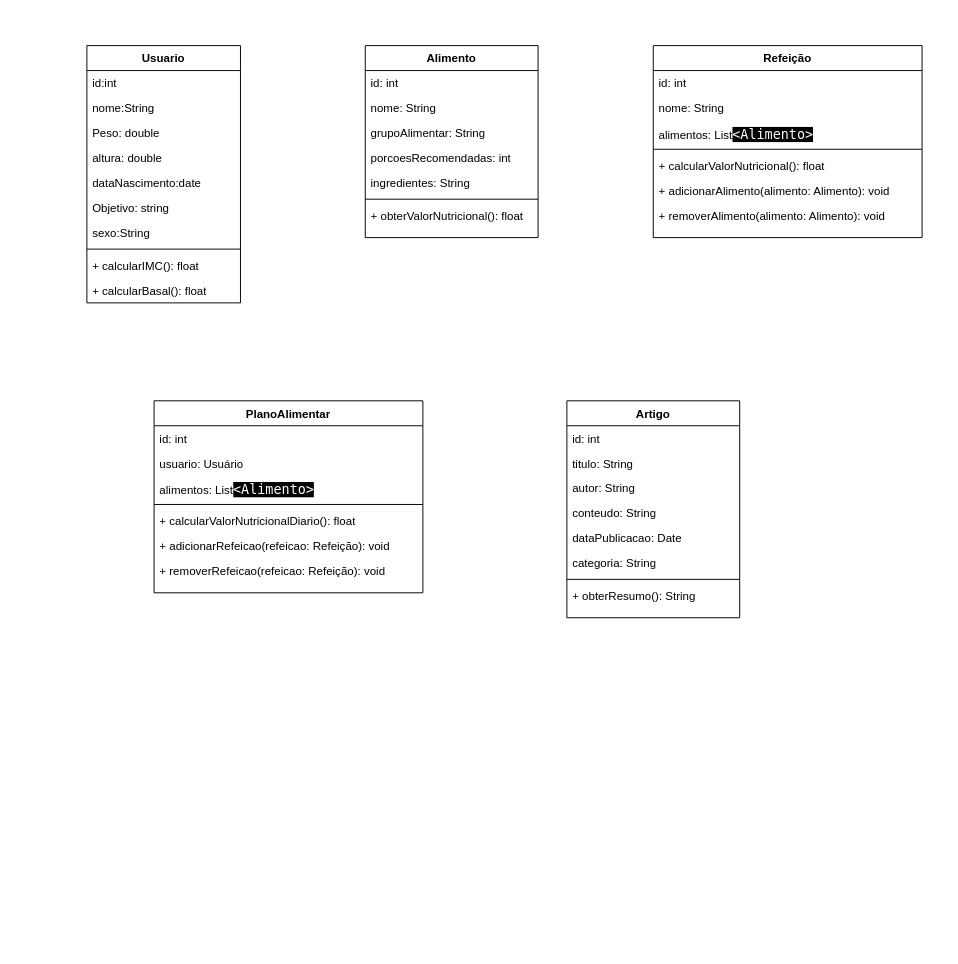
Before: src/components/pages/Diagrama sem nome.drawio in joaopedro-wq/VitalityPLus, a draw.io diagram. Source tidied: cells renumbered, new cells numbered last; positions are measured from the earlier drawing's top-left corner, leaving out a move shared by most shapes. Both pictures are drawn from the tidied source at 96%, with x=0, y=0 at pixel (86, 45).
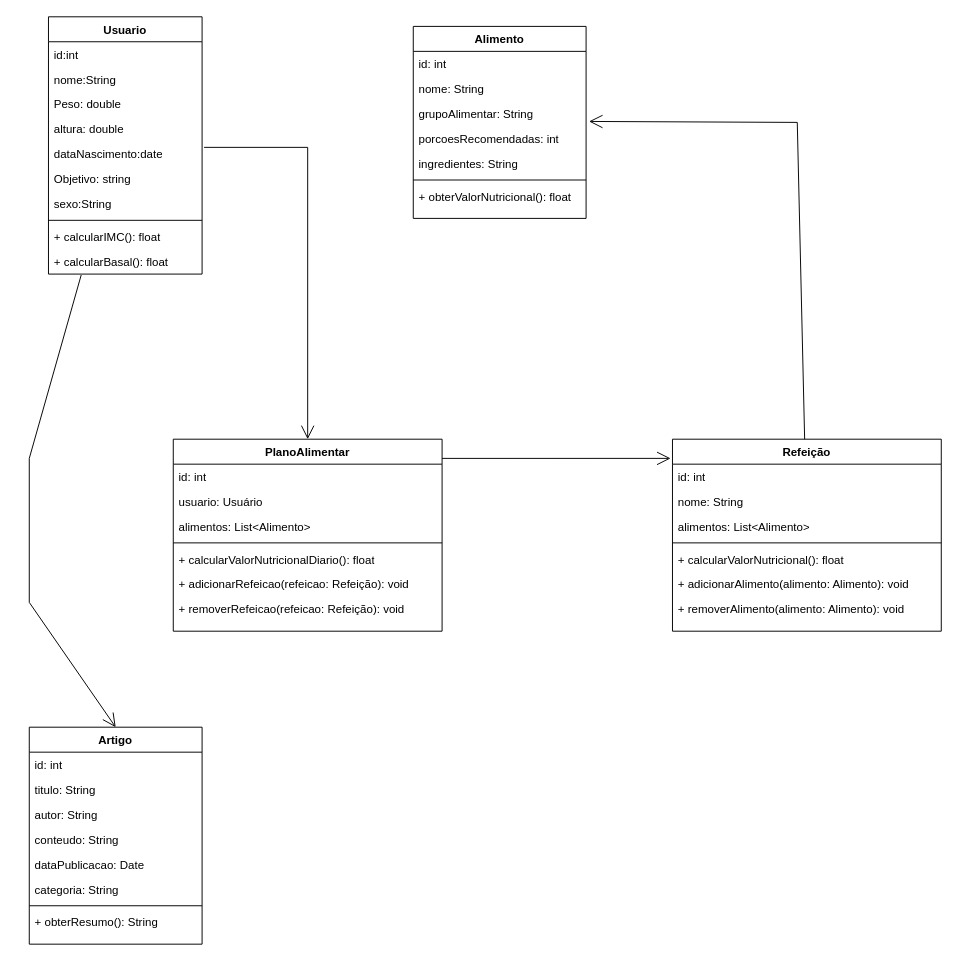
Above is the later version.

Unchanged cells that the change refers to:
```xml
<mxCell id="7" value="dataNascimento:date" style="text;strokeColor=none;fillColor=none;align=left;verticalAlign=top;spacingLeft=4;spacingRight=4;overflow=hidden;points=[[0,0.5],[1,0.5]];portConstraint=eastwest;whiteSpace=wrap;html=1;" parent="2" vertex="1">
  <mxGeometry y="130" width="160" height="26" as="geometry" />
</mxCell>
<mxCell id="12" value="+ calcularBasal(): float" style="text;strokeColor=none;fillColor=none;align=left;verticalAlign=top;spacingLeft=4;spacingRight=4;overflow=hidden;points=[[0,0.5],[1,0.5]];portConstraint=eastwest;whiteSpace=wrap;html=1;" parent="2" vertex="1">
  <mxGeometry y="242" width="160" height="26" as="geometry" />
</mxCell>
<mxCell id="17" value="porcoesRecomendadas: int" style="text;strokeColor=none;fillColor=none;align=left;verticalAlign=top;spacingLeft=4;spacingRight=4;overflow=hidden;points=[[0,0.5],[1,0.5]];portConstraint=eastwest;whiteSpace=wrap;html=1;" parent="13" vertex="1">
  <mxGeometry y="104" width="180" height="26" as="geometry" />
</mxCell>
<mxCell id="22" value="id: int" style="text;strokeColor=none;fillColor=none;align=left;verticalAlign=top;spacingLeft=4;spacingRight=4;overflow=hidden;points=[[0,0.5],[1,0.5]];portConstraint=eastwest;whiteSpace=wrap;html=1;" parent="21" vertex="1">
  <mxGeometry y="26" width="280" height="26" as="geometry" />
</mxCell>
```

The edit, as a diff of the source:
```diff
@@
     <mxCell id="2" value="Usuario" style="swimlane;fontStyle=1;align=center;verticalAlign=top;horizontal=1;startSize=26;whiteSpace=wrap;html=1;" parent="1" vertex="1">
-      <mxGeometry width="160" height="268" as="geometry" />
+      <mxGeometry x="-40" y="-30" width="160" height="268" as="geometry" />
     </mxCell>
@@
     <mxCell id="13" value="Alimento" style="swimlane;fontStyle=1;align=center;verticalAlign=top;horizontal=1;startSize=26;whiteSpace=wrap;html=1;" parent="1" vertex="1">
-      <mxGeometry x="290" width="180" height="200" as="geometry" />
+      <mxGeometry x="340" y="-20" width="180" height="200" as="geometry" />
     </mxCell>
@@
     <mxCell id="21" value="Refeição" style="swimlane;fontStyle=1;align=center;verticalAlign=top;horizontal=1;startSize=26;whiteSpace=wrap;html=1;" parent="1" vertex="1">
-      <mxGeometry x="590" width="280" height="200" as="geometry" />
+      <mxGeometry x="610" y="410" width="280" height="200" as="geometry" />
     </mxCell>
@@
-    <mxCell id="24" value="alimentos: List&lt;span style=&quot;border: 0px solid rgb(217, 217, 227); box-sizing: border-box; --tw-border-spacing-x: 0; --tw-border-spacing-y: 0; --tw-translate-x: 0; --tw-translate-y: 0; --tw-rotate: 0; --tw-skew-x: 0; --tw-skew-y: 0; --tw-scale-x: 1; --tw-scale-y: 1; --tw-pan-x: ; --tw-pan-y: ; --tw-pinch-zoom: ; --tw-scroll-snap-strictness: proximity; --tw-gradient-from-position: ; --tw-gradient-via-position: ; --tw-gradient-to-position: ; --tw-ordinal: ; --tw-slashed-zero: ; --tw-numeric-figure: ; --tw-numeric-spacing: ; --tw-numeric-fraction: ; --tw-ring-inset: ; --tw-ring-offset-width: 0px; --tw-ring-offset-color: #fff; --tw-ring-color: rgba(69,89,164,.5); --tw-ring-offset-shadow: 0 0 transparent; --tw-ring-shadow: 0 0 transparent; --tw-shadow: 0 0 transparent; --tw-shadow-colored: 0 0 transparent; --tw-blur: ; --tw-brightness: ; --tw-contrast: ; --tw-grayscale: ; --tw-hue-rotate: ; --tw-invert: ; --tw-saturate: ; --tw-sepia: ; --tw-drop-shadow: ; --tw-backdrop-blur: ; --tw-backdrop-brightness: ; --tw-backdrop-contrast: ; --tw-backdrop-grayscale: ; --tw-backdrop-hue-rotate: ; --tw-backdrop-invert: ; --tw-backdrop-opacity: ; --tw-backdrop-saturate: ; --tw-backdrop-sepia: ; color: rgb(255, 255, 255); font-family: &amp;quot;Söhne Mono&amp;quot;, Monaco, &amp;quot;Andale Mono&amp;quot;, &amp;quot;Ubuntu Mono&amp;quot;, monospace; font-size: 14px; background-color: rgb(0, 0, 0);&quot; class=&quot;xml&quot;&gt;&lt;span style=&quot;border: 0px solid rgb(217, 217, 227); box-sizing: border-box; --tw-border-spacing-x: 0; --tw-border-spacing-y: 0; --tw-translate-x: 0; --tw-translate-y: 0; --tw-rotate: 0; --tw-skew-x: 0; --tw-skew-y: 0; --tw-scale-x: 1; --tw-scale-y: 1; --tw-pan-x: ; --tw-pan-y: ; --tw-pinch-zoom: ; --tw-scroll-snap-strictness: proximity; --tw-gradient-from-position: ; --tw-gradient-via-position: ; --tw-gradient-to-position: ; --tw-ordinal: ; --tw-slashed-zero: ; --tw-numeric-figure: ; --tw-numeric-spacing: ; --tw-numeric-fraction: ; --tw-ring-inset: ; --tw-ring-offset-width: 0px; --tw-ring-offset-color: #fff; --tw-ring-color: rgba(69,89,164,.5); --tw-ring-offset-shadow: 0 0 transparent; --tw-ring-shadow: 0 0 transparent; --tw-shadow: 0 0 transparent; --tw-shadow-colored: 0 0 transparent; --tw-blur: ; --tw-brightness: ; --tw-contrast: ; --tw-grayscale: ; --tw-hue-rotate: ; --tw-invert: ; --tw-saturate: ; --tw-sepia: ; --tw-drop-shadow: ; --tw-backdrop-blur: ; --tw-backdrop-brightness: ; --tw-backdrop-contrast: ; --tw-backdrop-grayscale: ; --tw-backdrop-hue-rotate: ; --tw-backdrop-invert: ; --tw-backdrop-opacity: ; --tw-backdrop-saturate: ; --tw-backdrop-sepia: ;&quot; class=&quot;hljs-tag&quot;&gt;&amp;lt;&lt;span style=&quot;border: 0px solid rgb(217, 217, 227); box-sizing: border-box; --tw-border-spacing-x: 0; --tw-border-spacing-y: 0; --tw-translate-x: 0; --tw-translate-y: 0; --tw-rotate: 0; --tw-skew-x: 0; --tw-skew-y: 0; --tw-scale-x: 1; --tw-scale-y: 1; --tw-pan-x: ; --tw-pan-y: ; --tw-pinch-zoom: ; --tw-scroll-snap-strictness: proximity; --tw-gradient-from-position: ; --tw-gradient-via-position: ; --tw-gradient-to-position: ; --tw-ordinal: ; --tw-slashed-zero: ; --tw-numeric-figure: ; --tw-numeric-spacing: ; --tw-numeric-fraction: ; --tw-ring-inset: ; --tw-ring-offset-width: 0px; --tw-ring-offset-color: #fff; --tw-ring-color: rgba(69,89,164,.5); --tw-ring-offset-shadow: 0 0 transparent; --tw-ring-shadow: 0 0 transparent; --tw-shadow: 0 0 transparent; --tw-shadow-colored: 0 0 transparent; --tw-blur: ; --tw-brightness: ; --tw-contrast: ; --tw-grayscale: ; --tw-hue-rotate: ; --tw-invert: ; --tw-saturate: ; --tw-sepia: ; --tw-drop-shadow: ; --tw-backdrop-blur: ; --tw-backdrop-brightness: ; --tw-backdrop-contrast: ; --tw-backdrop-grayscale: ; --tw-backdrop-hue-rotate: ; --tw-backdrop-invert: ; --tw-backdrop-opacity: ; --tw-backdrop-saturate: ; --tw-backdrop-sepia: ;&quot; class=&quot;hljs-name&quot;&gt;Alimento&lt;/span&gt;&amp;gt;&lt;/span&gt;&lt;/span&gt;" style="text;strokeColor=none;fillColor=none;align=left;verticalAlign=top;spacingLeft=4;spacingRight=4;overflow=hidden;whiteSpace=wrap;html=1;" parent="21" vertex="1">
+    <mxCell id="24" value="alimentos: List&amp;lt;Alimento&amp;gt;" style="text;strokeColor=none;fillColor=none;align=left;verticalAlign=top;spacingLeft=4;spacingRight=4;overflow=hidden;whiteSpace=wrap;html=1;" parent="21" vertex="1">
       <mxGeometry y="78" width="280" height="26" as="geometry" />
     </mxCell>
@@
     <mxCell id="29" value="PlanoAlimentar" style="swimlane;fontStyle=1;align=center;verticalAlign=top;horizontal=1;startSize=26;whiteSpace=wrap;html=1;" parent="1" vertex="1">
-      <mxGeometry x="70" y="370" width="280" height="200" as="geometry" />
+      <mxGeometry x="90" y="410" width="280" height="200" as="geometry" />
     </mxCell>
@@
-    <mxCell id="32" value="alimentos: List&lt;span style=&quot;border: 0px solid rgb(217, 217, 227); box-sizing: border-box; --tw-border-spacing-x: 0; --tw-border-spacing-y: 0; --tw-translate-x: 0; --tw-translate-y: 0; --tw-rotate: 0; --tw-skew-x: 0; --tw-skew-y: 0; --tw-scale-x: 1; --tw-scale-y: 1; --tw-pan-x: ; --tw-pan-y: ; --tw-pinch-zoom: ; --tw-scroll-snap-strictness: proximity; --tw-gradient-from-position: ; --tw-gradient-via-position: ; --tw-gradient-to-position: ; --tw-ordinal: ; --tw-slashed-zero: ; --tw-numeric-figure: ; --tw-numeric-spacing: ; --tw-numeric-fraction: ; --tw-ring-inset: ; --tw-ring-offset-width: 0px; --tw-ring-offset-color: #fff; --tw-ring-color: rgba(69,89,164,.5); --tw-ring-offset-shadow: 0 0 transparent; --tw-ring-shadow: 0 0 transparent; --tw-shadow: 0 0 transparent; --tw-shadow-colored: 0 0 transparent; --tw-blur: ; --tw-brightness: ; --tw-contrast: ; --tw-grayscale: ; --tw-hue-rotate: ; --tw-invert: ; --tw-saturate: ; --tw-sepia: ; --tw-drop-shadow: ; --tw-backdrop-blur: ; --tw-backdrop-brightness: ; --tw-backdrop-contrast: ; --tw-backdrop-grayscale: ; --tw-backdrop-hue-rotate: ; --tw-backdrop-invert: ; --tw-backdrop-opacity: ; --tw-backdrop-saturate: ; --tw-backdrop-sepia: ; color: rgb(255, 255, 255); font-family: &amp;quot;Söhne Mono&amp;quot;, Monaco, &amp;quot;Andale Mono&amp;quot;, &amp;quot;Ubuntu Mono&amp;quot;, monospace; font-size: 14px; background-color: rgb(0, 0, 0);&quot; class=&quot;xml&quot;&gt;&lt;span style=&quot;border: 0px solid rgb(217, 217, 227); box-sizing: border-box; --tw-border-spacing-x: 0; --tw-border-spacing-y: 0; --tw-translate-x: 0; --tw-translate-y: 0; --tw-rotate: 0; --tw-skew-x: 0; --tw-skew-y: 0; --tw-scale-x: 1; --tw-scale-y: 1; --tw-pan-x: ; --tw-pan-y: ; --tw-pinch-zoom: ; --tw-scroll-snap-strictness: proximity; --tw-gradient-from-position: ; --tw-gradient-via-position: ; --tw-gradient-to-position: ; --tw-ordinal: ; --tw-slashed-zero: ; --tw-numeric-figure: ; --tw-numeric-spacing: ; --tw-numeric-fraction: ; --tw-ring-inset: ; --tw-ring-offset-width: 0px; --tw-ring-offset-color: #fff; --tw-ring-color: rgba(69,89,164,.5); --tw-ring-offset-shadow: 0 0 transparent; --tw-ring-shadow: 0 0 transparent; --tw-shadow: 0 0 transparent; --tw-shadow-colored: 0 0 transparent; --tw-blur: ; --tw-brightness: ; --tw-contrast: ; --tw-grayscale: ; --tw-hue-rotate: ; --tw-invert: ; --tw-saturate: ; --tw-sepia: ; --tw-drop-shadow: ; --tw-backdrop-blur: ; --tw-backdrop-brightness: ; --tw-backdrop-contrast: ; --tw-backdrop-grayscale: ; --tw-backdrop-hue-rotate: ; --tw-backdrop-invert: ; --tw-backdrop-opacity: ; --tw-backdrop-saturate: ; --tw-backdrop-sepia: ;&quot; class=&quot;hljs-tag&quot;&gt;&amp;lt;&lt;span style=&quot;border: 0px solid rgb(217, 217, 227); box-sizing: border-box; --tw-border-spacing-x: 0; --tw-border-spacing-y: 0; --tw-translate-x: 0; --tw-translate-y: 0; --tw-rotate: 0; --tw-skew-x: 0; --tw-skew-y: 0; --tw-scale-x: 1; --tw-scale-y: 1; --tw-pan-x: ; --tw-pan-y: ; --tw-pinch-zoom: ; --tw-scroll-snap-strictness: proximity; --tw-gradient-from-position: ; --tw-gradient-via-position: ; --tw-gradient-to-position: ; --tw-ordinal: ; --tw-slashed-zero: ; --tw-numeric-figure: ; --tw-numeric-spacing: ; --tw-numeric-fraction: ; --tw-ring-inset: ; --tw-ring-offset-width: 0px; --tw-ring-offset-color: #fff; --tw-ring-color: rgba(69,89,164,.5); --tw-ring-offset-shadow: 0 0 transparent; --tw-ring-shadow: 0 0 transparent; --tw-shadow: 0 0 transparent; --tw-shadow-colored: 0 0 transparent; --tw-blur: ; --tw-brightness: ; --tw-contrast: ; --tw-grayscale: ; --tw-hue-rotate: ; --tw-invert: ; --tw-saturate: ; --tw-sepia: ; --tw-drop-shadow: ; --tw-backdrop-blur: ; --tw-backdrop-brightness: ; --tw-backdrop-contrast: ; --tw-backdrop-grayscale: ; --tw-backdrop-hue-rotate: ; --tw-backdrop-invert: ; --tw-backdrop-opacity: ; --tw-backdrop-saturate: ; --tw-backdrop-sepia: ;&quot; class=&quot;hljs-name&quot;&gt;Alimento&lt;/span&gt;&amp;gt;&lt;/span&gt;&lt;/span&gt;" style="text;strokeColor=none;fillColor=none;align=left;verticalAlign=top;spacingLeft=4;spacingRight=4;overflow=hidden;whiteSpace=wrap;html=1;" parent="29" vertex="1">
+    <mxCell id="32" value="alimentos: List&amp;lt;Alimento&amp;gt;" style="text;strokeColor=none;fillColor=none;align=left;verticalAlign=top;spacingLeft=4;spacingRight=4;overflow=hidden;whiteSpace=wrap;html=1;" parent="29" vertex="1">
       <mxGeometry y="78" width="280" height="26" as="geometry" />
     </mxCell>
@@
     <mxCell id="37" value="Artigo" style="swimlane;fontStyle=1;align=center;verticalAlign=top;horizontal=1;startSize=26;whiteSpace=wrap;html=1;" parent="1" vertex="1">
-      <mxGeometry x="500" y="370" width="180" height="226" as="geometry" />
+      <mxGeometry x="-60" y="710" width="180" height="226" as="geometry" />
     </mxCell>
@@
+    <mxCell id="46" style="endArrow=open;endFill=1;endSize=12;html=1;rounded=0;exitX=1.013;exitY=0.231;exitDx=0;exitDy=0;exitPerimeter=0;" parent="1" edge="1" source="7" target="29">
+      <mxGeometry relative="1" as="geometry">
+        <Array as="points">
+          <mxPoint x="230" y="106" />
+        </Array>
+      </mxGeometry>
+    </mxCell>
+    <mxCell id="47" style="endArrow=open;endFill=1;endSize=12;html=1;rounded=0;entryX=-0.007;entryY=-0.231;entryDx=0;entryDy=0;entryPerimeter=0;" parent="1" edge="1" target="22">
+      <mxGeometry relative="1" as="geometry">
+        <mxPoint x="370" y="430" as="sourcePoint" />
+      </mxGeometry>
+    </mxCell>
+    <mxCell id="48" style="endArrow=open;endFill=1;endSize=12;html=1;rounded=0;entryX=1.017;entryY=-0.192;entryDx=0;entryDy=0;entryPerimeter=0;" parent="1" edge="1" source="21" target="17">
+      <mxGeometry relative="1" as="geometry">
+        <Array as="points">
+          <mxPoint x="740" y="80" />
+        </Array>
+      </mxGeometry>
+    </mxCell>
+    <mxCell id="49" style="endArrow=open;endFill=1;endSize=12;html=1;rounded=0;exitX=0.213;exitY=1.038;exitDx=0;exitDy=0;exitPerimeter=0;entryX=0.5;entryY=0;entryDx=0;entryDy=0;" parent="1" edge="1" source="12" target="37">
+      <mxGeometry relative="1" as="geometry">
+        <Array as="points">
+          <mxPoint x="-60" y="430" />
+          <mxPoint x="-60" y="580" />
+        </Array>
+      </mxGeometry>
+    </mxCell>
```
